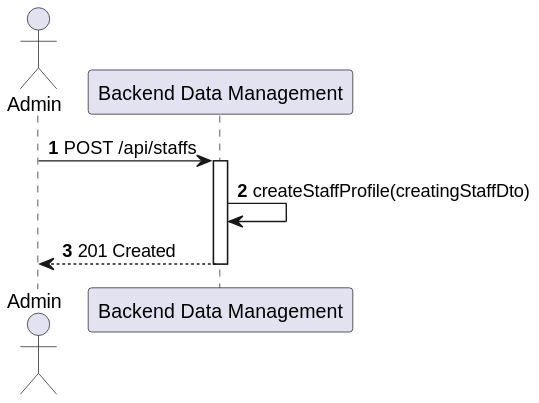
This is docs/sprint-a/us-5.1.12/views/level2/process-view.svg from 1220846/sem5pi-24-25-3ddg20, a PlantUML export, as it was before one commit.
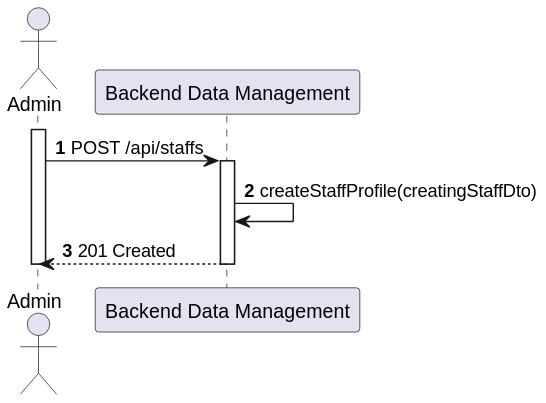
Above is the later version.

What changed in the source:
```diff
@@ -4,9 +4,11 @@
 actor "Admin" as ADM
 participant "Backend Data Management" as BDM
 
-ADM -> BDM : POST /api/staffs
-activate BDM
-    BDM -> BDM : createStaffProfile(creatingStaffDto)
-    BDM --> ADM : 201 Created
-deactivate BDM
+activate ADM
+    ADM -> BDM : POST /api/staffs
+    activate BDM
+        BDM -> BDM : createStaffProfile(creatingStaffDto)
+        BDM --> ADM : 201 Created
+    deactivate BDM
+deactivate ADM
 @enduml
```
